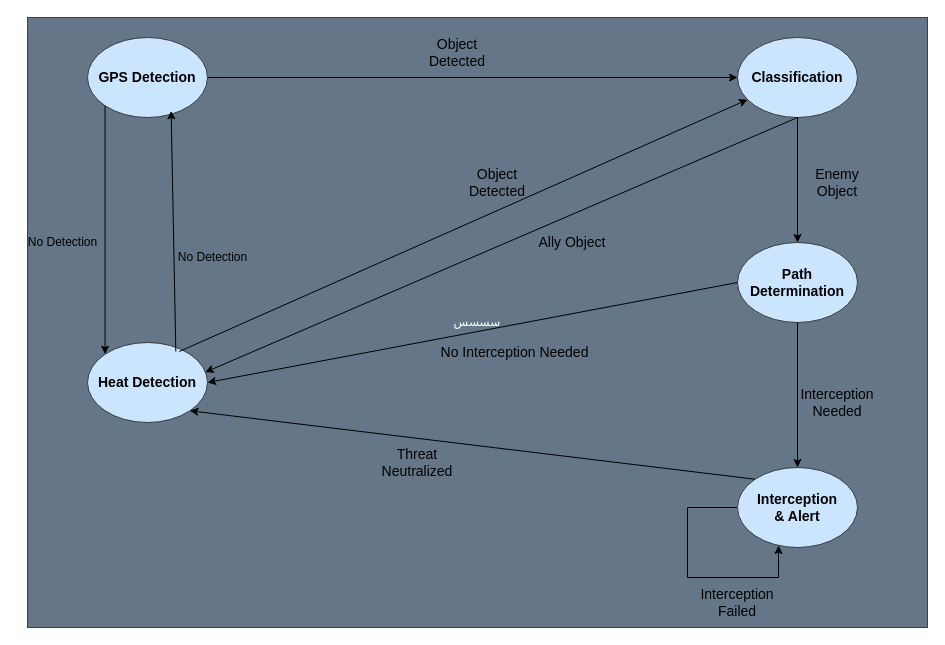
This is systemDesign/FSM v03 - Real-Time ADS.drawio from MuhammadMuazen/ADSFReeRTOS, a draw.io file, before an edit. Source tidied: cells renumbered, new cells numbered last; positions are measured from the earlier drawing's top-left corner, leaving out a move shared by most shapes. Both pictures are drawn from the tidied source at 100%, with x=0, y=0 at pixel (17, 17).
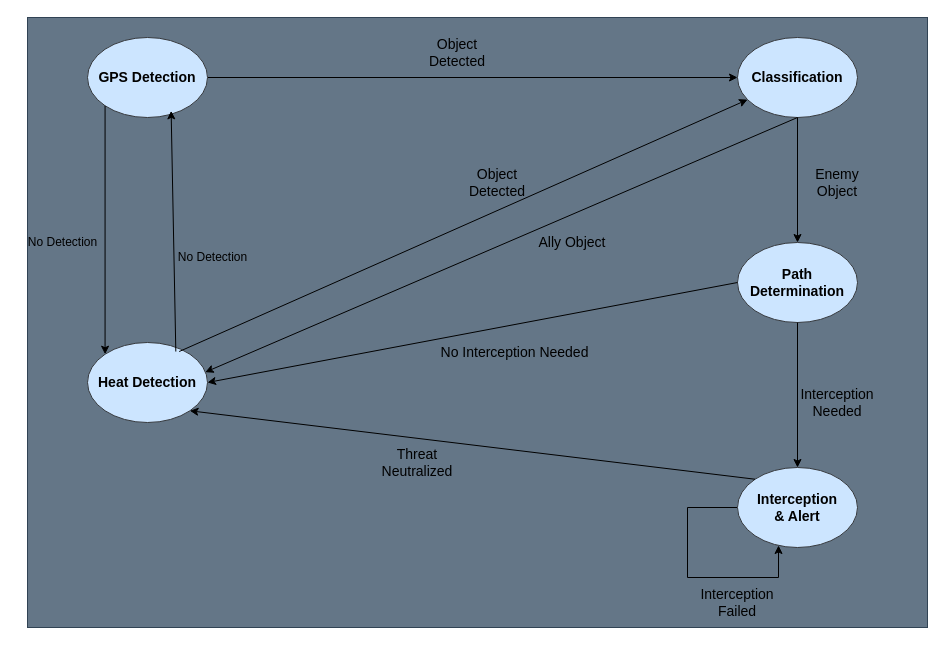
After the change.

Change to the diagram source:
```diff
@@
-    <mxCell id="2" value="سسسس" style="rounded=0;whiteSpace=wrap;html=1;fillColor=#647687;fontColor=#ffffff;strokeColor=#314354;" parent="1" vertex="1">
+    <mxCell id="2" style="rounded=0;whiteSpace=wrap;html=1;fillColor=#647687;fontColor=#ffffff;strokeColor=#314354;" parent="1" vertex="1">
       <mxGeometry x="10" width="900" height="610" as="geometry" />
     </mxCell>
```
